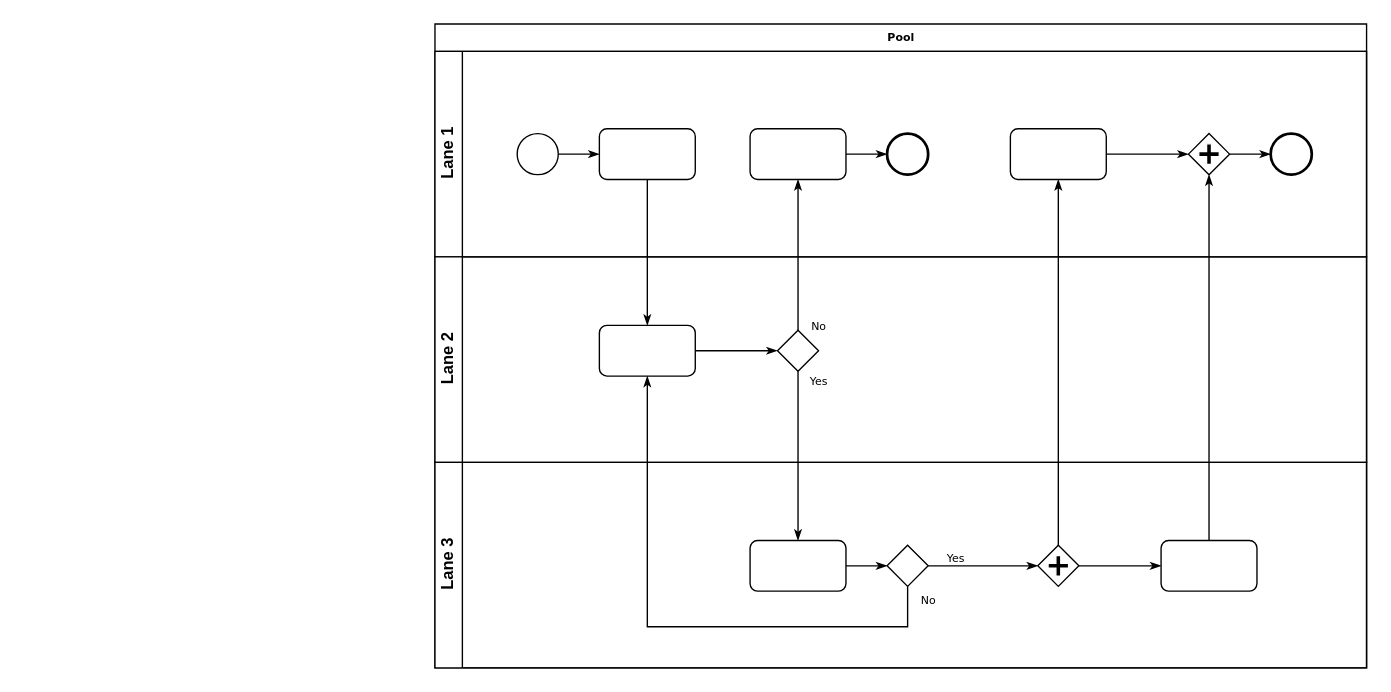
The draw.io diagram Untitled Diagram.drawio in markusforster/lora_weatherstation, before the edit. Source tidied: cells renumbered, new cells numbered last; positions are measured from the earlier drawing's top-left corner, leaving out a move shared by most shapes. Both pictures are drawn from the tidied source at 137%, with x=0, y=0 at pixel (434, 23).
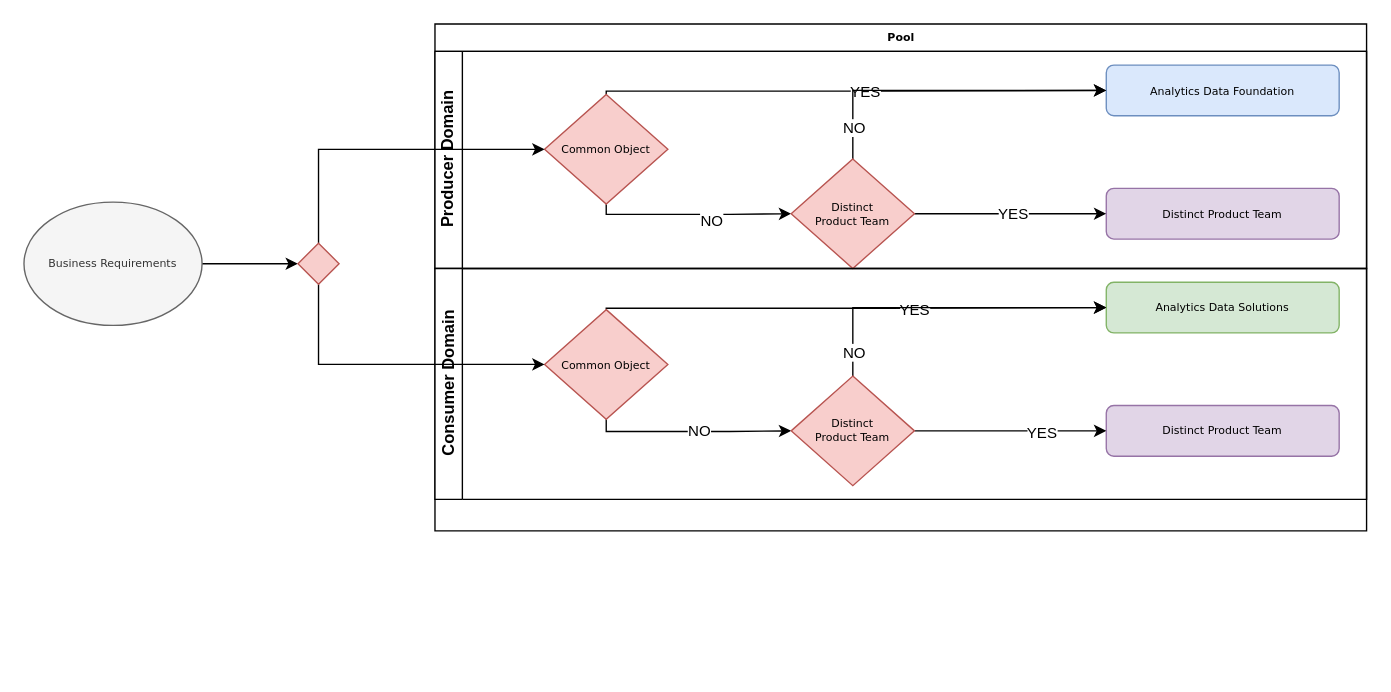
After the change.

The edit, as a diff of the source:
```diff
@@
     <mxCell id="2" value="Pool" style="swimlane;html=1;horizontal=1;startSize=20;rounded=0;shadow=0;labelBackgroundColor=none;strokeWidth=1;fontFamily=Verdana;fontSize=8;align=center;" parent="1" vertex="1">
-      <mxGeometry width="680" height="470" as="geometry" />
+      <mxGeometry width="680" height="370" as="geometry" />
     </mxCell>
-    <mxCell id="3" value="Lane 1" style="swimlane;html=1;startSize=20;horizontal=0;" parent="2" vertex="1">
-      <mxGeometry y="20" width="680" height="150" as="geometry" />
+    <mxCell id="3" value="Producer Domain" style="swimlane;html=1;startSize=20;horizontal=0;" parent="2" vertex="1">
+      <mxGeometry y="20" width="680" height="158.5" as="geometry" />
     </mxCell>
-    <mxCell id="4" style="edgeStyle=orthogonalEdgeStyle;rounded=0;html=1;labelBackgroundColor=none;startArrow=none;startFill=0;startSize=5;endArrow=classicThin;endFill=1;endSize=5;jettySize=auto;strokeWidth=1;fontFamily=Verdana;fontSize=8;" parent="3" edge="1" source="5" target="6">
-      <mxGeometry relative="1" as="geometry" />
-    </mxCell>
+    <mxCell id="6" value="Analytics Data Foundation" style="rounded=1;whiteSpace=wrap;html=1;shadow=0;labelBackgroundColor=none;strokeWidth=1;fontFamily=Verdana;fontSize=8;align=center;fillColor=#dae8fc;strokeColor=#6c8ebf;" parent="3" vertex="1">
+      <mxGeometry x="490" y="10" width="170" height="37" as="geometry" />
+    </mxCell>
+    <mxCell id="33" style="edgeStyle=orthogonalEdgeStyle;rounded=0;jettySize=auto;html=1;exitX=0.5;exitY=0;exitDx=0;exitDy=0;exitPerimeter=0;entryX=0;entryY=0.5;entryDx=0;entryDy=0;" parent="3" edge="1" source="37" target="6">
+      <mxGeometry relative="1" as="geometry">
+        <Array as="points">
+          <mxPoint x="125" y="29" />
+          <mxPoint x="330" y="29" />
+        </Array>
+      </mxGeometry>
+    </mxCell>
+    <mxCell id="34" value="YES" style="edgeLabel;html=1;align=center;verticalAlign=middle;" parent="33" vertex="1">
+      <mxGeometry x="0.04" relative="1" as="geometry" />
+    </mxCell>
+    <mxCell id="35" style="edgeStyle=orthogonalEdgeStyle;rounded=0;jettySize=auto;html=1;exitX=0.5;exitY=1;exitDx=0;exitDy=0;exitPerimeter=0;entryX=0;entryY=0.5;entryDx=0;entryDy=0;entryPerimeter=0;" parent="3" edge="1" source="37" target="43">
+      <mxGeometry relative="1" as="geometry">
+        <Array as="points">
+          <mxPoint x="125" y="119" />
+          <mxPoint x="215" y="119" />
+        </Array>
+      </mxGeometry>
+    </mxCell>
+    <mxCell id="36" value="NO" style="edgeLabel;html=1;align=center;verticalAlign=middle;" parent="35" vertex="1">
+      <mxGeometry x="0.18" y="-4" relative="1" as="geometry" />
+    </mxCell>
+    <mxCell id="37" value="Common Object" style="strokeWidth=1;html=1;shape=mxgraph.flowchart.decision;whiteSpace=wrap;rounded=1;shadow=0;labelBackgroundColor=none;fontFamily=Verdana;fontSize=8;align=center;fillColor=#f8cecc;strokeColor=#b85450;" parent="3" vertex="1">
+      <mxGeometry x="80" y="31.5" width="90" height="80" as="geometry" />
+    </mxCell>
+    <mxCell id="38" value="Distinct Product Team" style="rounded=1;whiteSpace=wrap;html=1;shadow=0;labelBackgroundColor=none;strokeWidth=1;fontFamily=Verdana;fontSize=8;align=center;fillColor=#e1d5e7;strokeColor=#9673a6;" parent="3" vertex="1">
+      <mxGeometry x="490" y="100" width="170" height="37" as="geometry" />
+    </mxCell>
+    <mxCell id="39" style="edgeStyle=orthogonalEdgeStyle;rounded=0;jettySize=auto;html=1;exitX=1;exitY=0.5;exitDx=0;exitDy=0;exitPerimeter=0;entryX=0;entryY=0.5;entryDx=0;entryDy=0;" parent="3" edge="1" source="43" target="38">
+      <mxGeometry relative="1" as="geometry" />
+    </mxCell>
+    <mxCell id="40" value="YES" style="edgeLabel;html=1;align=center;verticalAlign=middle;" parent="39" vertex="1">
+      <mxGeometry x="0.01" y="1" relative="1" as="geometry">
+        <mxPoint y="1" as="offset" />
+      </mxGeometry>
+    </mxCell>
+    <mxCell id="41" style="edgeStyle=orthogonalEdgeStyle;rounded=0;jettySize=auto;html=1;exitX=0.5;exitY=0;exitDx=0;exitDy=0;exitPerimeter=0;entryX=0;entryY=0.5;entryDx=0;entryDy=0;" parent="3" edge="1" source="43" target="6">
+      <mxGeometry relative="1" as="geometry" />
+    </mxCell>
+    <mxCell id="42" value="NO" style="edgeLabel;html=1;align=center;verticalAlign=middle;" parent="41" vertex="1">
+      <mxGeometry x="-0.8" relative="1" as="geometry" />
+    </mxCell>
+    <mxCell id="43" value="Distinct &lt;br&gt;Product Team" style="strokeWidth=1;html=1;shape=mxgraph.flowchart.decision;whiteSpace=wrap;rounded=1;shadow=0;labelBackgroundColor=none;fontFamily=Verdana;fontSize=8;align=center;fillColor=#f8cecc;strokeColor=#b85450;" parent="3" vertex="1">
+      <mxGeometry x="260" y="78.5" width="90" height="80" as="geometry" />
+    </mxCell>
+    <mxCell id="15" value="Consumer Domain" style="swimlane;html=1;startSize=20;horizontal=0;" parent="2" vertex="1">
+      <mxGeometry y="178.5" width="680" height="168.5" as="geometry" />
+    </mxCell>
+    <mxCell id="44" value="Analytics Data Solutions" style="rounded=1;whiteSpace=wrap;html=1;shadow=0;labelBackgroundColor=none;strokeWidth=1;fontFamily=Verdana;fontSize=8;align=center;fillColor=#d5e8d4;strokeColor=#82b366;" parent="15" vertex="1">
+      <mxGeometry x="490" y="10" width="170" height="37" as="geometry" />
+    </mxCell>
+    <mxCell id="45" style="edgeStyle=orthogonalEdgeStyle;rounded=0;jettySize=auto;html=1;exitX=0.5;exitY=0;exitDx=0;exitDy=0;exitPerimeter=0;entryX=0;entryY=0.5;entryDx=0;entryDy=0;" parent="15" edge="1" source="49" target="44">
+      <mxGeometry relative="1" as="geometry">
+        <Array as="points">
+          <mxPoint x="125" y="29" />
+          <mxPoint x="330" y="29" />
+        </Array>
+      </mxGeometry>
+    </mxCell>
+    <mxCell id="46" value="YES" style="edgeLabel;html=1;align=center;verticalAlign=middle;" parent="45" vertex="1">
+      <mxGeometry x="0.23" y="-1" relative="1" as="geometry" />
+    </mxCell>
+    <mxCell id="47" style="edgeStyle=orthogonalEdgeStyle;rounded=0;jettySize=auto;html=1;exitX=0.5;exitY=1;exitDx=0;exitDy=0;exitPerimeter=0;entryX=0;entryY=0.5;entryDx=0;entryDy=0;entryPerimeter=0;" parent="15" edge="1" source="49" target="55">
+      <mxGeometry relative="1" as="geometry">
+        <Array as="points">
+          <mxPoint x="125" y="119" />
+          <mxPoint x="215" y="119" />
+        </Array>
+      </mxGeometry>
+    </mxCell>
+    <mxCell id="48" value="NO" style="edgeLabel;html=1;align=center;verticalAlign=middle;" parent="47" vertex="1">
+      <mxGeometry x="0.06" y="1" relative="1" as="geometry" />
+    </mxCell>
+    <mxCell id="49" value="Common Object" style="strokeWidth=1;html=1;shape=mxgraph.flowchart.decision;whiteSpace=wrap;rounded=1;shadow=0;labelBackgroundColor=none;fontFamily=Verdana;fontSize=8;align=center;fillColor=#f8cecc;strokeColor=#b85450;" parent="15" vertex="1">
+      <mxGeometry x="80" y="30" width="90" height="80" as="geometry" />
+    </mxCell>
+    <mxCell id="50" value="Distinct Product Team" style="rounded=1;whiteSpace=wrap;html=1;shadow=0;labelBackgroundColor=none;strokeWidth=1;fontFamily=Verdana;fontSize=8;align=center;fillColor=#e1d5e7;strokeColor=#9673a6;" parent="15" vertex="1">
+      <mxGeometry x="490" y="100" width="170" height="37" as="geometry" />
+    </mxCell>
+    <mxCell id="51" style="edgeStyle=orthogonalEdgeStyle;rounded=0;jettySize=auto;html=1;exitX=0.5;exitY=0;exitDx=0;exitDy=0;exitPerimeter=0;entryX=0;entryY=0.5;entryDx=0;entryDy=0;" parent="15" edge="1" source="55" target="44">
+      <mxGeometry relative="1" as="geometry" />
+    </mxCell>
+    <mxCell id="52" value="NO" style="edgeLabel;html=1;align=center;verticalAlign=middle;" parent="51" vertex="1">
+      <mxGeometry x="-0.85" relative="1" as="geometry" />
+    </mxCell>
+    <mxCell id="53" style="edgeStyle=orthogonalEdgeStyle;rounded=0;jettySize=auto;html=1;exitX=1;exitY=0.5;exitDx=0;exitDy=0;exitPerimeter=0;entryX=0;entryY=0.5;entryDx=0;entryDy=0;" parent="15" edge="1" source="55" target="50">
+      <mxGeometry relative="1" as="geometry" />
+    </mxCell>
+    <mxCell id="54" value="YES" style="edgeLabel;html=1;align=center;verticalAlign=middle;" parent="53" vertex="1">
+      <mxGeometry x="0.31" relative="1" as="geometry">
+        <mxPoint y="1" as="offset" />
+      </mxGeometry>
+    </mxCell>
+    <mxCell id="55" value="Distinct &lt;br&gt;Product Team" style="strokeWidth=1;html=1;shape=mxgraph.flowchart.decision;whiteSpace=wrap;rounded=1;shadow=0;labelBackgroundColor=none;fontFamily=Verdana;fontSize=8;align=center;fillColor=#f8cecc;strokeColor=#b85450;" parent="15" vertex="1">
+      <mxGeometry x="260" y="78.5" width="90" height="80" as="geometry" />
+    </mxCell>
+    <mxCell id="56" style="edgeStyle=orthogonalEdgeStyle;rounded=0;jettySize=auto;html=1;exitX=1;exitY=0.5;exitDx=0;exitDy=0;" parent="1" edge="1" source="5" target="59">
+      <mxGeometry relative="1" as="geometry" />
+    </mxCell>
-    <mxCell id="5" style="ellipse;whiteSpace=wrap;html=1;rounded=0;shadow=0;labelBackgroundColor=none;strokeWidth=1;fontFamily=Verdana;fontSize=8;align=center;" parent="3" vertex="1">
-      <mxGeometry x="60" y="60" width="30" height="30" as="geometry" />
+    <mxCell id="5" value="Business Requirements" style="ellipse;whiteSpace=wrap;html=1;rounded=0;shadow=0;labelBackgroundColor=none;strokeWidth=1;fontFamily=Verdana;fontSize=8;align=center;fillColor=#f5f5f5;fontColor=#333333;strokeColor=#666666;" parent="1" vertex="1">
+      <mxGeometry x="-300" y="130" width="130" height="90" as="geometry" />
     </mxCell>
-    <mxCell id="6" style="rounded=1;whiteSpace=wrap;html=1;shadow=0;labelBackgroundColor=none;strokeWidth=1;fontFamily=Verdana;fontSize=8;align=center;" parent="3" vertex="1">
-      <mxGeometry x="120" y="56.5" width="70" height="37" as="geometry" />
-    </mxCell>
-    <mxCell id="7" style="edgeStyle=orthogonalEdgeStyle;rounded=0;html=1;labelBackgroundColor=none;startArrow=none;startFill=0;startSize=5;endArrow=classicThin;endFill=1;endSize=5;jettySize=auto;strokeWidth=1;fontFamily=Verdana;fontSize=8;" parent="3" edge="1" source="8" target="9">
-      <mxGeometry relative="1" as="geometry" />
-    </mxCell>
-    <mxCell id="8" style="rounded=1;whiteSpace=wrap;html=1;shadow=0;labelBackgroundColor=none;strokeWidth=1;fontFamily=Verdana;fontSize=8;align=center;" parent="3" vertex="1">
-      <mxGeometry x="230" y="56.5" width="70" height="37" as="geometry" />
-    </mxCell>
-    <mxCell id="9" style="ellipse;whiteSpace=wrap;html=1;rounded=0;shadow=0;labelBackgroundColor=none;strokeWidth=2;fontFamily=Verdana;fontSize=8;align=center;" parent="3" vertex="1">
-      <mxGeometry x="330" y="60" width="30" height="30" as="geometry" />
-    </mxCell>
-    <mxCell id="10" style="edgeStyle=orthogonalEdgeStyle;rounded=0;html=1;entryX=0;entryY=0.5;labelBackgroundColor=none;startArrow=none;startFill=0;startSize=5;endArrow=classicThin;endFill=1;endSize=5;jettySize=auto;strokeWidth=1;fontFamily=Verdana;fontSize=8;" parent="3" edge="1" source="11" target="13">
-      <mxGeometry relative="1" as="geometry" />
-    </mxCell>
-    <mxCell id="11" style="rounded=1;whiteSpace=wrap;html=1;shadow=0;labelBackgroundColor=none;strokeWidth=1;fontFamily=Verdana;fontSize=8;align=center;" parent="3" vertex="1">
-      <mxGeometry x="420" y="56.5" width="70" height="37" as="geometry" />
-    </mxCell>
-    <mxCell id="12" style="edgeStyle=orthogonalEdgeStyle;rounded=0;html=1;labelBackgroundColor=none;startArrow=none;startFill=0;startSize=5;endArrow=classicThin;endFill=1;endSize=5;jettySize=auto;strokeWidth=1;fontFamily=Verdana;fontSize=8;" parent="3" edge="1" source="13" target="14">
-      <mxGeometry relative="1" as="geometry" />
-    </mxCell>
-    <mxCell id="13" style="shape=mxgraph.bpmn.shape;html=1;verticalLabelPosition=bottom;labelBackgroundColor=#ffffff;verticalAlign=top;perimeter=rhombusPerimeter;background=gateway;outline=none;symbol=parallelGw;rounded=1;shadow=0;strokeWidth=1;fontFamily=Verdana;fontSize=8;align=center;" parent="3" vertex="1">
-      <mxGeometry x="550" y="60" width="30" height="30" as="geometry" />
-    </mxCell>
-    <mxCell id="14" style="ellipse;whiteSpace=wrap;html=1;rounded=0;shadow=0;labelBackgroundColor=none;strokeWidth=2;fontFamily=Verdana;fontSize=8;align=center;" parent="3" vertex="1">
-      <mxGeometry x="610" y="60" width="30" height="30" as="geometry" />
-    </mxCell>
-    <mxCell id="15" value="Lane 2" style="swimlane;html=1;startSize=20;horizontal=0;" parent="2" vertex="1">
-      <mxGeometry y="170" width="680" height="150" as="geometry" />
-    </mxCell>
-    <mxCell id="16" style="edgeStyle=orthogonalEdgeStyle;rounded=0;html=1;labelBackgroundColor=none;startArrow=none;startFill=0;startSize=5;endArrow=classicThin;endFill=1;endSize=5;jettySize=auto;strokeWidth=1;fontFamily=Verdana;fontSize=8;" parent="15" edge="1" source="17" target="18">
-      <mxGeometry relative="1" as="geometry" />
-    </mxCell>
-    <mxCell id="17" style="rounded=1;whiteSpace=wrap;html=1;shadow=0;labelBackgroundColor=none;strokeWidth=1;fontFamily=Verdana;fontSize=8;align=center;" parent="15" vertex="1">
-      <mxGeometry x="120" y="50" width="70" height="37" as="geometry" />
-    </mxCell>
-    <mxCell id="18" style="strokeWidth=1;html=1;shape=mxgraph.flowchart.decision;whiteSpace=wrap;rounded=1;shadow=0;labelBackgroundColor=none;fontFamily=Verdana;fontSize=8;align=center;" parent="15" vertex="1">
-      <mxGeometry x="250" y="53.5" width="30" height="30" as="geometry" />
-    </mxCell>
-    <mxCell id="19" value="Lane 3" style="swimlane;html=1;startSize=20;horizontal=0;" parent="2" vertex="1">
-      <mxGeometry y="320" width="680" height="150" as="geometry" />
-    </mxCell>
-    <mxCell id="20" style="edgeStyle=orthogonalEdgeStyle;rounded=0;html=1;labelBackgroundColor=none;startArrow=none;startFill=0;startSize=5;endArrow=classicThin;endFill=1;endSize=5;jettySize=auto;strokeWidth=1;fontFamily=Verdana;fontSize=8;" parent="19" edge="1" source="21" target="23">
-      <mxGeometry relative="1" as="geometry" />
-    </mxCell>
-    <mxCell id="21" style="rounded=1;whiteSpace=wrap;html=1;shadow=0;labelBackgroundColor=none;strokeWidth=1;fontFamily=Verdana;fontSize=8;align=center;" parent="19" vertex="1">
-      <mxGeometry x="230" y="57" width="70" height="37" as="geometry" />
-    </mxCell>
-    <mxCell id="22" value="Yes" style="edgeStyle=orthogonalEdgeStyle;rounded=0;html=1;entryX=0;entryY=0.5;labelBackgroundColor=none;startArrow=none;startFill=0;startSize=5;endArrow=classicThin;endFill=1;endSize=5;jettySize=auto;strokeWidth=1;fontFamily=Verdana;fontSize=8;" parent="19" edge="1" source="23" target="25">
-      <mxGeometry x="-0.5" y="6" relative="1" as="geometry" />
-    </mxCell>
-    <mxCell id="23" style="strokeWidth=1;html=1;shape=mxgraph.flowchart.decision;whiteSpace=wrap;rounded=1;shadow=0;labelBackgroundColor=none;fontFamily=Verdana;fontSize=8;align=center;" parent="19" vertex="1">
-      <mxGeometry x="330" y="60.5" width="30" height="30" as="geometry" />
-    </mxCell>
-    <mxCell id="24" style="edgeStyle=orthogonalEdgeStyle;rounded=0;html=1;labelBackgroundColor=none;startArrow=none;startFill=0;startSize=5;endArrow=classicThin;endFill=1;endSize=5;jettySize=auto;strokeColor=#000000;strokeWidth=1;fontFamily=Verdana;fontSize=8;fontColor=#000000;" parent="19" edge="1" source="25" target="26">
-      <mxGeometry relative="1" as="geometry" />
-    </mxCell>
-    <mxCell id="25" style="shape=mxgraph.bpmn.shape;html=1;verticalLabelPosition=bottom;labelBackgroundColor=#ffffff;verticalAlign=top;perimeter=rhombusPerimeter;background=gateway;outline=none;symbol=parallelGw;rounded=1;shadow=0;strokeWidth=1;fontFamily=Verdana;fontSize=8;align=center;" parent="19" vertex="1">
-      <mxGeometry x="440" y="60.5" width="30" height="30" as="geometry" />
-    </mxCell>
-    <mxCell id="26" style="rounded=1;whiteSpace=wrap;html=1;shadow=0;labelBackgroundColor=none;strokeWidth=1;fontFamily=Verdana;fontSize=8;align=center;" parent="19" vertex="1">
-      <mxGeometry x="530" y="57" width="70" height="37" as="geometry" />
-    </mxCell>
-    <mxCell id="27" style="edgeStyle=orthogonalEdgeStyle;rounded=0;html=1;labelBackgroundColor=none;startArrow=none;startFill=0;startSize=5;endArrow=classicThin;endFill=1;endSize=5;jettySize=auto;strokeWidth=1;fontFamily=Verdana;fontSize=8;" parent="2" edge="1" source="6" target="17">
-      <mxGeometry relative="1" as="geometry" />
-    </mxCell>
-    <mxCell id="28" value="No" style="edgeStyle=orthogonalEdgeStyle;rounded=0;html=1;labelBackgroundColor=none;startArrow=none;startFill=0;startSize=5;endArrow=classicThin;endFill=1;endSize=5;jettySize=auto;strokeWidth=1;fontFamily=Verdana;fontSize=8;" parent="2" edge="1" source="18" target="8">
-      <mxGeometry x="-0.94" y="-15" relative="1" as="geometry" />
-    </mxCell>
-    <mxCell id="29" value="Yes" style="edgeStyle=orthogonalEdgeStyle;rounded=0;html=1;labelBackgroundColor=none;startArrow=none;startFill=0;startSize=5;endArrow=classicThin;endFill=1;endSize=5;jettySize=auto;strokeWidth=1;fontFamily=Verdana;fontSize=8;" parent="2" edge="1" source="18" target="21">
-      <mxGeometry x="-0.89" y="15" relative="1" as="geometry" />
-    </mxCell>
-    <mxCell id="30" style="edgeStyle=orthogonalEdgeStyle;rounded=0;html=1;entryX=0.5;entryY=1;labelBackgroundColor=none;startArrow=none;startFill=0;startSize=5;endArrow=classicThin;endFill=1;endSize=5;jettySize=auto;strokeWidth=1;fontFamily=Verdana;fontSize=8;" parent="2" edge="1" source="26" target="13">
-      <mxGeometry relative="1" as="geometry" />
-    </mxCell>
-    <mxCell id="31" value="No" style="edgeStyle=orthogonalEdgeStyle;rounded=0;html=1;labelBackgroundColor=none;startArrow=none;startFill=0;startSize=5;endArrow=classicThin;endFill=1;endSize=5;jettySize=auto;strokeWidth=1;fontFamily=Verdana;fontSize=8;" parent="2" edge="1" source="23" target="17">
-      <mxGeometry x="-0.95" y="15" relative="1" as="geometry">
-        <Array as="points">
-          <mxPoint x="345" y="440" />
-          <mxPoint x="155" y="440" />
-        </Array>
-      </mxGeometry>
-    </mxCell>
-    <mxCell id="32" style="edgeStyle=orthogonalEdgeStyle;rounded=0;html=1;labelBackgroundColor=none;startArrow=none;startFill=0;startSize=5;endArrow=classicThin;endFill=1;endSize=5;jettySize=auto;strokeWidth=1;fontFamily=Verdana;fontSize=8;" parent="2" edge="1" source="25" target="11">
-      <mxGeometry relative="1" as="geometry" />
-    </mxCell>
+    <mxCell id="57" style="edgeStyle=orthogonalEdgeStyle;rounded=0;jettySize=auto;html=1;exitX=0.5;exitY=0;exitDx=0;exitDy=0;exitPerimeter=0;entryX=0;entryY=0.5;entryDx=0;entryDy=0;entryPerimeter=0;" parent="1" edge="1" source="59" target="37">
+      <mxGeometry relative="1" as="geometry" />
+    </mxCell>
+    <mxCell id="58" style="edgeStyle=orthogonalEdgeStyle;rounded=0;jettySize=auto;html=1;exitX=0.5;exitY=1;exitDx=0;exitDy=0;exitPerimeter=0;entryX=0;entryY=0.5;entryDx=0;entryDy=0;entryPerimeter=0;" parent="1" edge="1" source="59" target="49">
+      <mxGeometry relative="1" as="geometry" />
+    </mxCell>
+    <mxCell id="59" style="strokeWidth=1;html=1;shape=mxgraph.flowchart.decision;whiteSpace=wrap;rounded=1;shadow=0;labelBackgroundColor=none;fontFamily=Verdana;fontSize=8;align=center;fillColor=#f8cecc;strokeColor=#b85450;" parent="1" vertex="1">
+      <mxGeometry x="-100" y="160" width="30" height="30" as="geometry" />
+    </mxCell>
```
